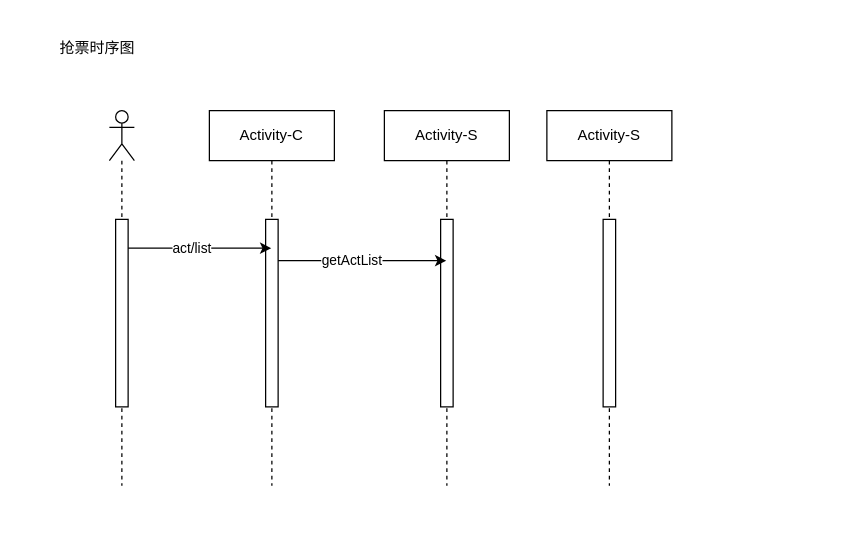
Before: drawio/未命名绘图.drawio in ginlink/draw, a draw.io diagram. Source tidied: cells renumbered, new cells numbered last; positions are measured from the earlier drawing's top-left corner, leaving out a move shared by most shapes. Both pictures are drawn from the tidied source at 125%, with x=0, y=0 at pixel (46, 29).
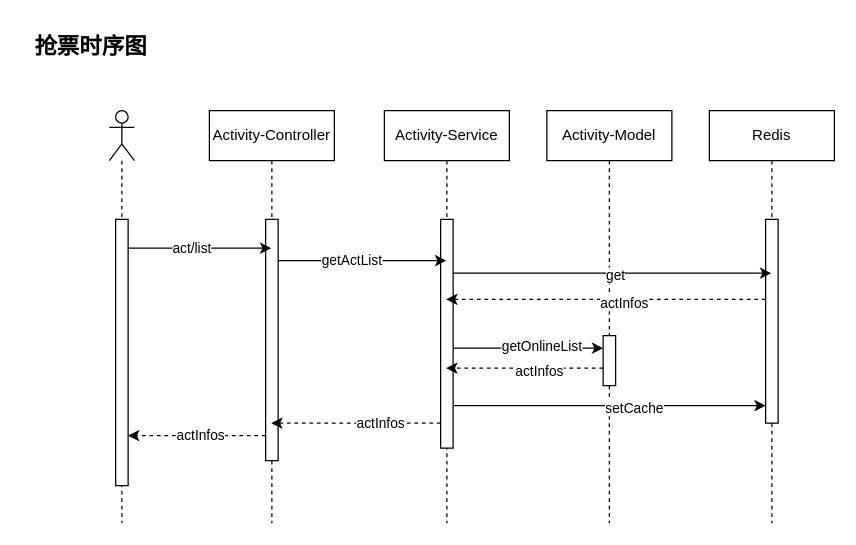
The same page after the edit.

Commit message (it also covers changes not shown here):
更新未命名绘图.drawio

Change to the diagram source:
```diff
@@
     <mxCell id="2" style="shape=umlLifeline;perimeter=lifelinePerimeter;whiteSpace=wrap;html=1;newEdgeStyle={&quot;edgeStyle&quot;:&quot;elbowEdgeStyle&quot;,&quot;elbow&quot;:&quot;vertical&quot;,&quot;curved&quot;:0,&quot;rounded&quot;:0};participant=umlActor;" parent="1" vertex="1">
-      <mxGeometry x="50" y="65" width="20" height="300" as="geometry" />
+      <mxGeometry x="50" y="65" width="20" height="330" as="geometry" />
     </mxCell>
     <mxCell id="3" style="html=1;points=[];perimeter=orthogonalPerimeter;outlineConnect=0;targetShapes=umlLifeline;portConstraint=eastwest;newEdgeStyle={&quot;edgeStyle&quot;:&quot;elbowEdgeStyle&quot;,&quot;elbow&quot;:&quot;vertical&quot;,&quot;curved&quot;:0,&quot;rounded&quot;:0};" parent="2" vertex="1">
-      <mxGeometry x="5" y="87" width="10" height="150" as="geometry" />
+      <mxGeometry x="5" y="87" width="10" height="213" as="geometry" />
     </mxCell>
-    <mxCell id="4" value="Activity-C" style="shape=umlLifeline;perimeter=lifelinePerimeter;whiteSpace=wrap;html=1;outlineConnect=0;portConstraint=eastwest;newEdgeStyle={&quot;edgeStyle&quot;:&quot;elbowEdgeStyle&quot;,&quot;elbow&quot;:&quot;vertical&quot;,&quot;curved&quot;:0,&quot;rounded&quot;:0};" parent="1" vertex="1">
-      <mxGeometry x="130" y="65" width="100" height="300" as="geometry" />
+    <mxCell id="4" value="Activity-Controller" style="shape=umlLifeline;perimeter=lifelinePerimeter;whiteSpace=wrap;html=1;outlineConnect=0;portConstraint=eastwest;newEdgeStyle={&quot;edgeStyle&quot;:&quot;elbowEdgeStyle&quot;,&quot;elbow&quot;:&quot;vertical&quot;,&quot;curved&quot;:0,&quot;rounded&quot;:0};" parent="1" vertex="1">
+      <mxGeometry x="130" y="65" width="100" height="330" as="geometry" />
     </mxCell>
     <mxCell id="5" style="html=1;points=[];perimeter=orthogonalPerimeter;outlineConnect=0;targetShapes=umlLifeline;portConstraint=eastwest;newEdgeStyle={&quot;edgeStyle&quot;:&quot;elbowEdgeStyle&quot;,&quot;elbow&quot;:&quot;vertical&quot;,&quot;curved&quot;:0,&quot;rounded&quot;:0};" parent="4" vertex="1">
-      <mxGeometry x="45" y="87" width="10" height="150" as="geometry" />
+      <mxGeometry x="45" y="87" width="10" height="193" as="geometry" />
     </mxCell>
@@
-    <mxCell id="8" value="Activity-S" style="shape=umlLifeline;perimeter=lifelinePerimeter;whiteSpace=wrap;html=1;outlineConnect=0;portConstraint=eastwest;newEdgeStyle={&quot;edgeStyle&quot;:&quot;elbowEdgeStyle&quot;,&quot;elbow&quot;:&quot;vertical&quot;,&quot;curved&quot;:0,&quot;rounded&quot;:0};" parent="1" vertex="1">
-      <mxGeometry x="270" y="65" width="100" height="300" as="geometry" />
+    <mxCell id="8" value="Activity-Service" style="shape=umlLifeline;perimeter=lifelinePerimeter;whiteSpace=wrap;html=1;outlineConnect=0;portConstraint=eastwest;newEdgeStyle={&quot;edgeStyle&quot;:&quot;elbowEdgeStyle&quot;,&quot;elbow&quot;:&quot;vertical&quot;,&quot;curved&quot;:0,&quot;rounded&quot;:0};" parent="1" vertex="1">
+      <mxGeometry x="270" y="65" width="100" height="330" as="geometry" />
     </mxCell>
     <mxCell id="9" style="html=1;points=[];perimeter=orthogonalPerimeter;outlineConnect=0;targetShapes=umlLifeline;portConstraint=eastwest;newEdgeStyle={&quot;edgeStyle&quot;:&quot;elbowEdgeStyle&quot;,&quot;elbow&quot;:&quot;vertical&quot;,&quot;curved&quot;:0,&quot;rounded&quot;:0};" parent="8" vertex="1">
-      <mxGeometry x="45" y="87" width="10" height="150" as="geometry" />
+      <mxGeometry x="45" y="87" width="10" height="183" as="geometry" />
     </mxCell>
@@
-    <mxCell id="12" value="Activity-S" style="shape=umlLifeline;perimeter=lifelinePerimeter;whiteSpace=wrap;html=1;newEdgeStyle={&quot;edgeStyle&quot;:&quot;elbowEdgeStyle&quot;,&quot;elbow&quot;:&quot;vertical&quot;,&quot;curved&quot;:0,&quot;rounded&quot;:0};" parent="1" vertex="1">
-      <mxGeometry x="400" y="65" width="100" height="300" as="geometry" />
+    <mxCell id="12" value="Activity-Model" style="shape=umlLifeline;perimeter=lifelinePerimeter;whiteSpace=wrap;html=1;newEdgeStyle={&quot;edgeStyle&quot;:&quot;elbowEdgeStyle&quot;,&quot;elbow&quot;:&quot;vertical&quot;,&quot;curved&quot;:0,&quot;rounded&quot;:0};" parent="1" vertex="1">
+      <mxGeometry x="400" y="65" width="100" height="330" as="geometry" />
     </mxCell>
     <mxCell id="13" style="html=1;points=[];perimeter=orthogonalPerimeter;outlineConnect=0;targetShapes=umlLifeline;portConstraint=eastwest;newEdgeStyle={&quot;edgeStyle&quot;:&quot;elbowEdgeStyle&quot;,&quot;elbow&quot;:&quot;vertical&quot;,&quot;curved&quot;:0,&quot;rounded&quot;:0};" parent="12" vertex="1">
-      <mxGeometry x="45" y="87" width="10" height="150" as="geometry" />
+      <mxGeometry x="45" y="180" width="10" height="40" as="geometry" />
     </mxCell>
-    <mxCell id="14" value="抢票时序图" style="text;html=1;align=center;verticalAlign=middle;strokeColor=none;fillColor=none;" parent="1" vertex="1">
-      <mxGeometry width="80" height="30" as="geometry" />
+    <mxCell id="14" value="&lt;b&gt;&lt;font style=&quot;font-size: 18px;&quot;&gt;抢票时序图&lt;/font&gt;&lt;/b&gt;" style="text;html=1;align=center;verticalAlign=middle;strokeColor=none;fillColor=none;" parent="1" vertex="1">
+      <mxGeometry x="-20" y="-6" width="110" height="40" as="geometry" />
     </mxCell>
+    <mxCell id="15" value="Redis" style="shape=umlLifeline;perimeter=lifelinePerimeter;whiteSpace=wrap;html=1;outlineConnect=0;portConstraint=eastwest;newEdgeStyle={&quot;edgeStyle&quot;:&quot;elbowEdgeStyle&quot;,&quot;elbow&quot;:&quot;vertical&quot;,&quot;curved&quot;:0,&quot;rounded&quot;:0};" parent="1" vertex="1">
+      <mxGeometry x="530" y="65" width="100" height="330" as="geometry" />
+    </mxCell>
+    <mxCell id="16" style="html=1;perimeter=orthogonalPerimeter;targetShapes=umlLifeline;newEdgeStyle={&quot;edgeStyle&quot;:&quot;elbowEdgeStyle&quot;,&quot;elbow&quot;:&quot;vertical&quot;,&quot;curved&quot;:0,&quot;rounded&quot;:0};" parent="15" vertex="1">
+      <mxGeometry x="45" y="87" width="10" height="163" as="geometry" />
+    </mxCell>
+    <mxCell id="17" style="edgeStyle=elbowEdgeStyle;rounded=0;jettySize=auto;html=1;elbow=vertical;curved=0;" parent="1" edge="1" source="9" target="15">
+      <mxGeometry relative="1" as="geometry">
+        <Array as="points">
+          <mxPoint x="428" y="195" />
+        </Array>
+      </mxGeometry>
+    </mxCell>
+    <mxCell id="18" value="get&lt;br&gt;" style="edgeLabel;html=1;align=center;verticalAlign=middle;" parent="17" vertex="1">
+      <mxGeometry x="0.01" relative="1" as="geometry">
+        <mxPoint y="1" as="offset" />
+      </mxGeometry>
+    </mxCell>
+    <mxCell id="19" style="edgeStyle=elbowEdgeStyle;rounded=0;orthogonalLoop=1;jettySize=auto;html=1;elbow=vertical;curved=0;dashed=1;" parent="1" edge="1">
+      <mxGeometry relative="1" as="geometry">
+        <mxPoint x="575" y="216" as="sourcePoint" />
+        <mxPoint x="319.5" y="216" as="targetPoint" />
+      </mxGeometry>
+    </mxCell>
+    <mxCell id="20" value="actInfos" style="edgeLabel;html=1;align=center;verticalAlign=middle;" parent="19" vertex="1">
+      <mxGeometry x="-0.11" y="2" relative="1" as="geometry" />
+    </mxCell>
+    <mxCell id="21" style="edgeStyle=elbowEdgeStyle;rounded=0;jettySize=auto;html=1;elbow=vertical;curved=0;" parent="1" edge="1" source="9" target="13">
+      <mxGeometry relative="1" as="geometry">
+        <Array as="points">
+          <mxPoint x="380" y="255" />
+        </Array>
+      </mxGeometry>
+    </mxCell>
+    <mxCell id="22" value="getOnlineList" style="edgeLabel;html=1;align=center;verticalAlign=middle;" parent="21" vertex="1">
+      <mxGeometry x="0.17" y="2" relative="1" as="geometry" />
+    </mxCell>
+    <mxCell id="23" style="edgeStyle=elbowEdgeStyle;rounded=0;orthogonalLoop=1;jettySize=auto;html=1;elbow=horizontal;curved=0;dashed=1;" parent="1" edge="1">
+      <mxGeometry relative="1" as="geometry">
+        <mxPoint x="445" y="271" as="sourcePoint" />
+        <mxPoint x="319.5" y="271" as="targetPoint" />
+      </mxGeometry>
+    </mxCell>
+    <mxCell id="24" value="actInfos" style="edgeLabel;html=1;align=center;verticalAlign=middle;" parent="23" vertex="1">
+      <mxGeometry x="-0.17" y="2" relative="1" as="geometry" />
+    </mxCell>
+    <mxCell id="25" style="edgeStyle=elbowEdgeStyle;rounded=0;orthogonalLoop=1;jettySize=auto;html=1;elbow=vertical;curved=0;" parent="1" edge="1">
+      <mxGeometry relative="1" as="geometry">
+        <mxPoint x="325" y="301" as="sourcePoint" />
+        <mxPoint x="575" y="301" as="targetPoint" />
+        <Array as="points">
+          <mxPoint x="450" y="301" />
+        </Array>
+      </mxGeometry>
+    </mxCell>
+    <mxCell id="26" value="setCache" style="edgeLabel;html=1;align=center;verticalAlign=middle;" parent="25" vertex="1">
+      <mxGeometry x="0.15" y="-1" relative="1" as="geometry" />
+    </mxCell>
+    <mxCell id="27" style="edgeStyle=elbowEdgeStyle;rounded=0;jettySize=auto;html=1;elbow=vertical;curved=0;dashed=1;" parent="1" edge="1" source="9" target="4">
+      <mxGeometry relative="1" as="geometry">
+        <Array as="points">
+          <mxPoint x="250" y="315" />
+        </Array>
+      </mxGeometry>
+    </mxCell>
+    <mxCell id="28" value="actInfos" style="edgeLabel;html=1;align=center;verticalAlign=middle;" parent="27" vertex="1">
+      <mxGeometry x="-0.28" y="-1" relative="1" as="geometry" />
+    </mxCell>
+    <mxCell id="29" style="edgeStyle=elbowEdgeStyle;rounded=0;jettySize=auto;html=1;elbow=vertical;curved=0;dashed=1;" parent="1" edge="1" source="5" target="3">
+      <mxGeometry relative="1" as="geometry">
+        <Array as="points">
+          <mxPoint x="110" y="325" />
+        </Array>
+      </mxGeometry>
+    </mxCell>
+    <mxCell id="30" value="actInfos" style="edgeLabel;html=1;align=center;verticalAlign=middle;" parent="29" vertex="1">
+      <mxGeometry x="-0.04" y="-1" relative="1" as="geometry" />
+    </mxCell>
```
